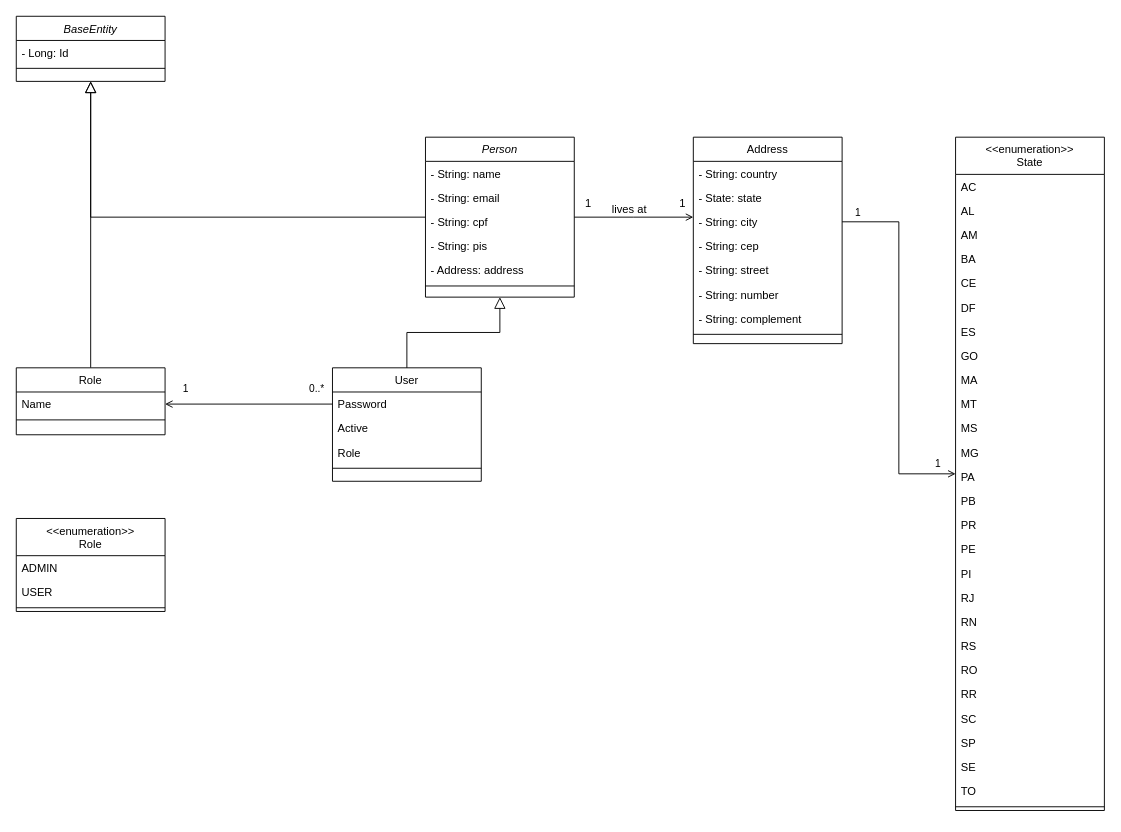
Earlier version of the draw.io diagram spring-backend/docs/modelagem.drawio (glutzm/cadastro-usuario). Source tidied: cells renumbered, new cells numbered last; positions are measured from the earlier drawing's top-left corner, leaving out a move shared by most shapes. Both pictures are drawn from the tidied source at 93%, with x=0, y=0 at pixel (16, 16).
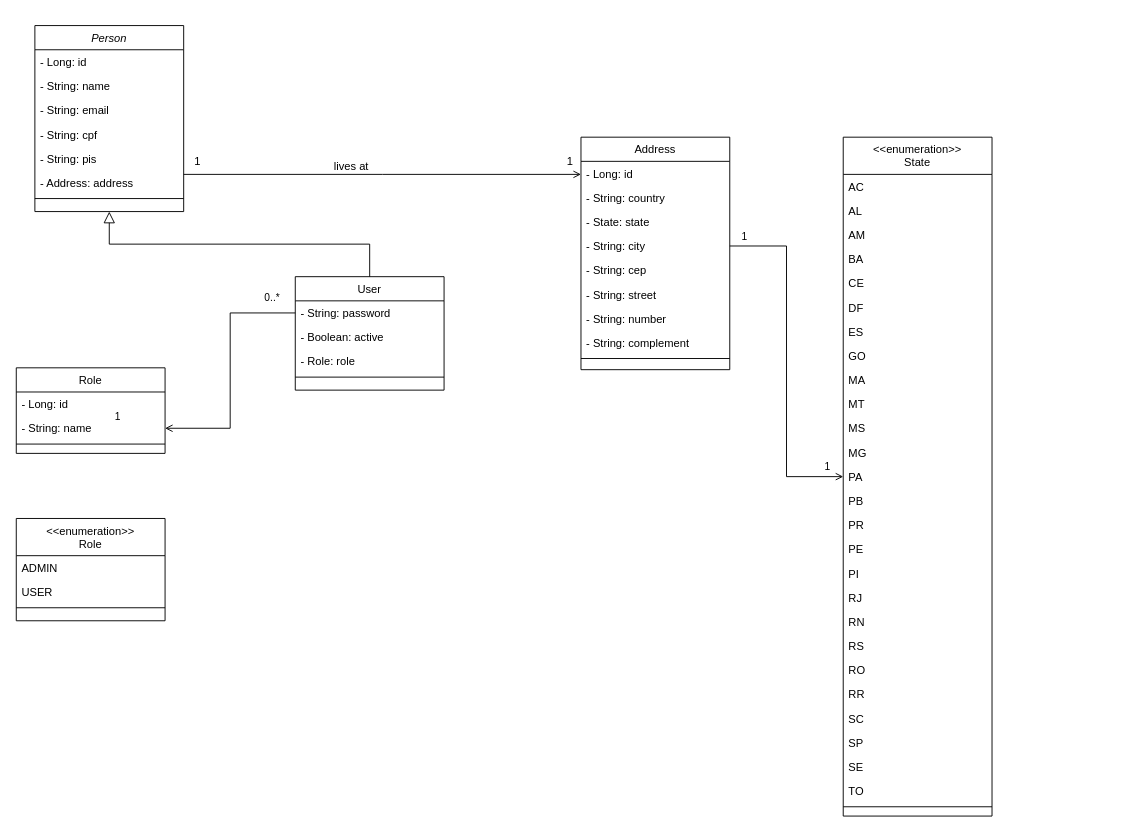
Above is the later version.

The change refers to these unchanged cells:
```xml
<mxCell id="25" style="endArrow=open;shadow=0;strokeWidth=1;rounded=0;endFill=1;edgeStyle=elbowEdgeStyle;elbow=vertical;" parent="1" edge="1" source="3" target="16">
  <mxGeometry x="0.5" y="41" relative="1" as="geometry">
    <mxPoint x="-40" y="32" as="offset" />
  </mxGeometry>
</mxCell>
<mxCell id="36" style="edgeStyle=orthogonalEdgeStyle;rounded=0;jettySize=auto;html=1;shadow=0;strokeWidth=1;endFill=1;endArrow=open;" parent="1" edge="1" source="11" target="34">
  <mxGeometry y="-7" relative="1" as="geometry" />
</mxCell>
```

The edit, as a diff of the source:
```diff
@@
-    <mxCell id="2" style="edgeStyle=orthogonalEdgeStyle;rounded=0;jettySize=auto;html=1;shadow=0;strokeWidth=1;endFill=0;endArrow=block;endSize=10;" parent="1" edge="1" source="3" target="29">
-      <mxGeometry relative="1" as="geometry" />
-    </mxCell>
     <mxCell id="3" value="Person" style="swimlane;fontStyle=2;align=center;verticalAlign=top;horizontal=1;startSize=26;rounded=0;shadow=0;strokeWidth=1;" parent="1" vertex="1">
-      <mxGeometry x="440" y="130" width="160" height="172" as="geometry" />
+      <mxGeometry x="20" y="10" width="160" height="200" as="geometry" />
     </mxCell>
+    <mxCell id="74" value="- Long: id" style="text;align=left;verticalAlign=top;spacingLeft=4;spacingRight=4;overflow=hidden;" parent="3" vertex="1">
+      <mxGeometry y="26" width="160" height="26" as="geometry" />
+    </mxCell>
     <mxCell id="4" value="- String: name" style="text;align=left;verticalAlign=top;spacingLeft=4;spacingRight=4;overflow=hidden;" parent="3" vertex="1">
-      <mxGeometry y="26" width="160" height="26" as="geometry" />
+      <mxGeometry y="52" width="160" height="26" as="geometry" />
     </mxCell>
     <mxCell id="5" value="- String: email" style="text;align=left;verticalAlign=top;spacingLeft=4;spacingRight=4;overflow=hidden;rounded=0;shadow=0;html=0;" parent="3" vertex="1">
-      <mxGeometry y="52" width="160" height="26" as="geometry" />
+      <mxGeometry y="78" width="160" height="26" as="geometry" />
     </mxCell>
     <mxCell id="6" value="- String: cpf" style="text;align=left;verticalAlign=top;spacingLeft=4;spacingRight=4;overflow=hidden;rounded=0;shadow=0;html=0;" parent="3" vertex="1">
-      <mxGeometry y="78" width="160" height="26" as="geometry" />
+      <mxGeometry y="104" width="160" height="26" as="geometry" />
     </mxCell>
     <mxCell id="7" value="- String: pis" style="text;align=left;verticalAlign=top;spacingLeft=4;spacingRight=4;overflow=hidden;rounded=0;shadow=0;html=0;" parent="3" vertex="1">
-      <mxGeometry y="104" width="160" height="26" as="geometry" />
+      <mxGeometry y="130" width="160" height="26" as="geometry" />
     </mxCell>
     <mxCell id="8" value="- Address: address" style="text;align=left;verticalAlign=top;spacingLeft=4;spacingRight=4;overflow=hidden;rounded=0;shadow=0;html=0;" parent="3" vertex="1">
-      <mxGeometry y="130" width="160" height="26" as="geometry" />
+      <mxGeometry y="156" width="160" height="26" as="geometry" />
     </mxCell>
     <mxCell id="9" style="line;html=1;strokeWidth=1;align=left;verticalAlign=middle;spacingTop=-1;spacingLeft=3;spacingRight=3;labelPosition=right;" parent="3" vertex="1">
-      <mxGeometry y="156" width="160" height="8" as="geometry" />
+      <mxGeometry y="182" width="160" height="8" as="geometry" />
     </mxCell>
     <mxCell id="10" value="User" style="swimlane;fontStyle=0;align=center;verticalAlign=top;horizontal=1;startSize=26;rounded=0;shadow=0;strokeWidth=1;" parent="1" vertex="1">
-      <mxGeometry x="340" y="378" width="160" height="122" as="geometry" />
+      <mxGeometry x="300" y="280" width="160" height="122" as="geometry" />
     </mxCell>
-    <mxCell id="11" value="Password" style="text;align=left;verticalAlign=top;spacingLeft=4;spacingRight=4;overflow=hidden;points=[[0,0.5],[1,0.5]];portConstraint=eastwest;" parent="10" vertex="1">
+    <mxCell id="11" value="- String: password" style="text;align=left;verticalAlign=top;spacingLeft=4;spacingRight=4;overflow=hidden;points=[[0,0.5],[1,0.5]];portConstraint=eastwest;" parent="10" vertex="1">
       <mxGeometry y="26" width="160" height="26" as="geometry" />
     </mxCell>
-    <mxCell id="12" value="Active" style="text;align=left;verticalAlign=top;spacingLeft=4;spacingRight=4;overflow=hidden;rounded=0;shadow=0;html=0;" parent="10" vertex="1">
+    <mxCell id="12" value="- Boolean: active" style="text;align=left;verticalAlign=top;spacingLeft=4;spacingRight=4;overflow=hidden;rounded=0;shadow=0;html=0;" parent="10" vertex="1">
       <mxGeometry y="52" width="160" height="26" as="geometry" />
     </mxCell>
-    <mxCell id="13" value="Role" style="text;align=left;verticalAlign=top;spacingLeft=4;spacingRight=4;overflow=hidden;rounded=0;shadow=0;html=0;" parent="10" vertex="1">
+    <mxCell id="13" value="- Role: role" style="text;align=left;verticalAlign=top;spacingLeft=4;spacingRight=4;overflow=hidden;rounded=0;shadow=0;html=0;" parent="10" vertex="1">
       <mxGeometry y="78" width="160" height="26" as="geometry" />
     </mxCell>
@@
     <mxCell id="16" value="Address" style="swimlane;fontStyle=0;align=center;verticalAlign=top;horizontal=1;startSize=26;rounded=0;shadow=0;strokeWidth=1;" parent="1" vertex="1">
-      <mxGeometry x="728" y="130" width="160" height="222" as="geometry" />
+      <mxGeometry x="607.2" y="130" width="160" height="250" as="geometry" />
     </mxCell>
-    <mxCell id="17" value="- String: country" style="text;align=left;verticalAlign=top;spacingLeft=4;spacingRight=4;overflow=hidden;rounded=0;shadow=0;html=0;" parent="16" vertex="1">
+    <mxCell id="17" value="- Long: id" style="text;align=left;verticalAlign=top;spacingLeft=4;spacingRight=4;overflow=hidden;rounded=0;shadow=0;html=0;" parent="16" vertex="1">
       <mxGeometry y="26" width="160" height="26" as="geometry" />
     </mxCell>
+    <mxCell id="75" value="- String: country" style="text;align=left;verticalAlign=top;spacingLeft=4;spacingRight=4;overflow=hidden;rounded=0;shadow=0;html=0;" parent="16" vertex="1">
+      <mxGeometry y="52" width="160" height="26" as="geometry" />
+    </mxCell>
     <mxCell id="18" value="- State: state" style="text;align=left;verticalAlign=top;spacingLeft=4;spacingRight=4;overflow=hidden;rounded=0;shadow=0;html=0;" parent="16" vertex="1">
-      <mxGeometry y="52" width="160" height="26" as="geometry" />
+      <mxGeometry y="78" width="160" height="26" as="geometry" />
     </mxCell>
     <mxCell id="19" value="- String: city" style="text;align=left;verticalAlign=top;spacingLeft=4;spacingRight=4;overflow=hidden;points=[[0,0.5],[1,0.5]];portConstraint=eastwest;rounded=0;shadow=0;html=0;" parent="16" vertex="1">
-      <mxGeometry y="78" width="160" height="26" as="geometry" />
+      <mxGeometry y="104" width="160" height="26" as="geometry" />
     </mxCell>
     <mxCell id="20" value="- String: cep" style="text;align=left;verticalAlign=top;spacingLeft=4;spacingRight=4;overflow=hidden;rounded=0;shadow=0;html=0;" parent="16" vertex="1">
-      <mxGeometry y="104" width="160" height="26" as="geometry" />
+      <mxGeometry y="130" width="160" height="26" as="geometry" />
     </mxCell>
     <mxCell id="21" value="- String: street" style="text;align=left;verticalAlign=top;spacingLeft=4;spacingRight=4;overflow=hidden;" parent="16" vertex="1">
-      <mxGeometry y="130" width="160" height="26" as="geometry" />
+      <mxGeometry y="156" width="160" height="26" as="geometry" />
     </mxCell>
     <mxCell id="22" value="- String: number" style="text;align=left;verticalAlign=top;spacingLeft=4;spacingRight=4;overflow=hidden;" parent="16" vertex="1">
-      <mxGeometry y="156" width="160" height="26" as="geometry" />
+      <mxGeometry y="182" width="160" height="26" as="geometry" />
     </mxCell>
     <mxCell id="23" value="- String: complement" style="text;align=left;verticalAlign=top;spacingLeft=4;spacingRight=4;overflow=hidden;" parent="16" vertex="1">
-      <mxGeometry y="182" width="160" height="26" as="geometry" />
+      <mxGeometry y="208" width="160" height="26" as="geometry" />
     </mxCell>
     <mxCell id="24" style="line;html=1;strokeWidth=1;align=left;verticalAlign=middle;spacingTop=-1;spacingLeft=3;spacingRight=3;labelPosition=right;" parent="16" vertex="1">
-      <mxGeometry y="208" width="160" height="8" as="geometry" />
+      <mxGeometry y="234" width="160" height="8" as="geometry" />
     </mxCell>
@@
     <mxCell id="28" value="lives at" style="text;html=1;align=center;verticalAlign=middle;labelBackgroundColor=none;rounded=0;shadow=0;strokeWidth=1;fontSize=12;" parent="25" vertex="1">
       <mxGeometry x="0.5" y="49" relative="1" as="geometry">
-        <mxPoint x="-38" y="40" as="offset" />
+        <mxPoint x="-141" y="40" as="offset" />
       </mxGeometry>
     </mxCell>
-    <mxCell id="29" value="BaseEntity" style="swimlane;fontStyle=2;align=center;verticalAlign=top;horizontal=1;startSize=26;rounded=0;shadow=0;strokeWidth=1;" parent="1" vertex="1">
-      <mxGeometry width="160" height="70" as="geometry" />
-    </mxCell>
-    <mxCell id="30" value="- Long: Id" style="text;align=left;verticalAlign=top;spacingLeft=4;spacingRight=4;overflow=hidden;" parent="29" vertex="1">
-      <mxGeometry y="26" width="160" height="26" as="geometry" />
-    </mxCell>
-    <mxCell id="31" style="line;html=1;strokeWidth=1;align=left;verticalAlign=middle;spacingTop=-1;spacingLeft=3;spacingRight=3;labelPosition=right;" parent="29" vertex="1">
-      <mxGeometry y="52" width="160" height="8" as="geometry" />
-    </mxCell>
-    <mxCell id="32" style="edgeStyle=orthogonalEdgeStyle;rounded=0;jettySize=auto;html=1;shadow=0;strokeWidth=1;endFill=0;endArrow=block;endSize=10;" parent="1" edge="1" source="33" target="29">
-      <mxGeometry relative="1" as="geometry" />
-    </mxCell>
     <mxCell id="33" value="Role" style="swimlane;fontStyle=0;align=center;verticalAlign=top;horizontal=1;startSize=26;rounded=0;shadow=0;strokeWidth=1;" parent="1" vertex="1">
-      <mxGeometry y="378" width="160" height="72" as="geometry" />
+      <mxGeometry y="378" width="160" height="92" as="geometry" />
     </mxCell>
+    <mxCell id="76" value="- Long: id" style="text;align=left;verticalAlign=top;spacingLeft=4;spacingRight=4;overflow=hidden;" parent="33" vertex="1">
+      <mxGeometry y="26" width="160" height="26" as="geometry" />
+    </mxCell>
-    <mxCell id="34" value="Name" style="text;align=left;verticalAlign=top;spacingLeft=4;spacingRight=4;overflow=hidden;points=[[0,0.5],[1,0.5]];portConstraint=eastwest;" parent="33" vertex="1">
-      <mxGeometry y="26" width="160" height="26" as="geometry" />
+    <mxCell id="34" value="- String: name" style="text;align=left;verticalAlign=top;spacingLeft=4;spacingRight=4;overflow=hidden;points=[[0,0.5],[1,0.5]];portConstraint=eastwest;" parent="33" vertex="1">
+      <mxGeometry y="52" width="160" height="26" as="geometry" />
     </mxCell>
     <mxCell id="35" style="line;html=1;strokeWidth=1;align=left;verticalAlign=middle;spacingTop=-1;spacingLeft=3;spacingRight=3;labelPosition=right;" parent="33" vertex="1">
-      <mxGeometry y="52" width="160" height="8" as="geometry" />
+      <mxGeometry y="78" width="160" height="8" as="geometry" />
     </mxCell>
@@
     <mxCell id="37" value="1" style="edgeLabel;html=1;align=center;verticalAlign=middle;" parent="36" vertex="1">
       <mxGeometry x="-0.82" y="-2" relative="1" as="geometry">
-        <mxPoint x="-143" y="-15" as="offset" />
+        <mxPoint x="-168" y="113" as="offset" />
       </mxGeometry>
     </mxCell>
@@
     <mxCell id="39" value="&lt;&lt;enumeration&gt;&gt;&#10;State" style="swimlane;fontStyle=0;align=center;verticalAlign=top;horizontal=1;startSize=40;rounded=0;shadow=0;strokeWidth=1;" parent="1" vertex="1">
-      <mxGeometry x="1010" y="130" width="160" height="724" as="geometry" />
+      <mxGeometry x="889.2" y="130" width="160" height="730" as="geometry" />
     </mxCell>
@@
     <mxCell id="70" value="&lt;&lt;enumeration&gt;&gt;&#10;Role" style="swimlane;fontStyle=0;align=center;verticalAlign=top;horizontal=1;startSize=40;rounded=0;shadow=0;strokeWidth=1;" parent="1" vertex="1">
-      <mxGeometry y="540" width="160" height="100" as="geometry" />
+      <mxGeometry y="540" width="160" height="110" as="geometry" />
     </mxCell>
```
